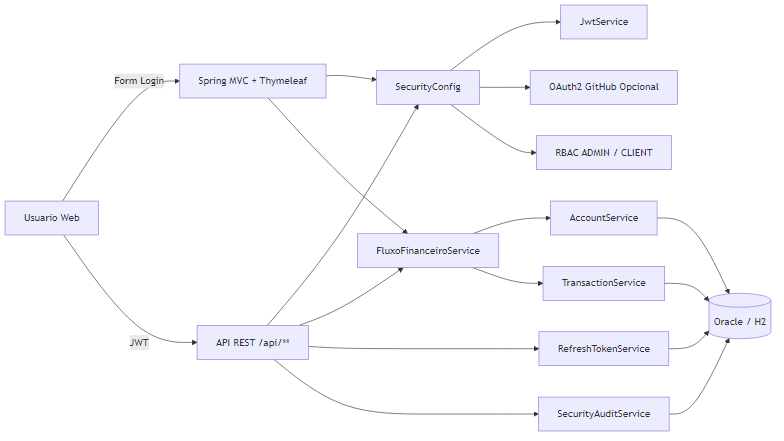
viniruggeri/midas-fintech-java keeps this Mermaid diagram as docs/diagrams/arquitetura-componentes.png. Above is the earlier version. Its source is kept beside it as docs/diagrams/arquitetura-componentes.mmd.
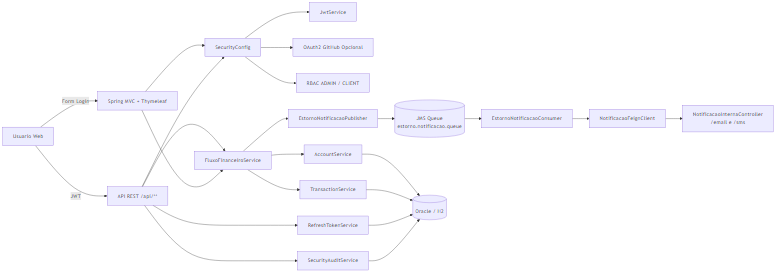
The same file after the commit.

Change to the diagram source:
```diff
@@ -14,6 +14,13 @@
 
     F --> AC[AccountService]
     F --> TR[TransactionService]
+    F --> EP[EstornoNotificacaoPublisher]
+
+    EP --> MQ[(JMS Queue\nestorno.notificacao.queue)]
+    MQ --> EC[EstornoNotificacaoConsumer]
+    EC --> FEIGN[NotificacaoFeignClient]
+    FEIGN --> NIC[NotificacaoInternaController\n/email e /sms]
+
     A --> RT[RefreshTokenService]
     A --> AU[SecurityAuditService]
 
```
